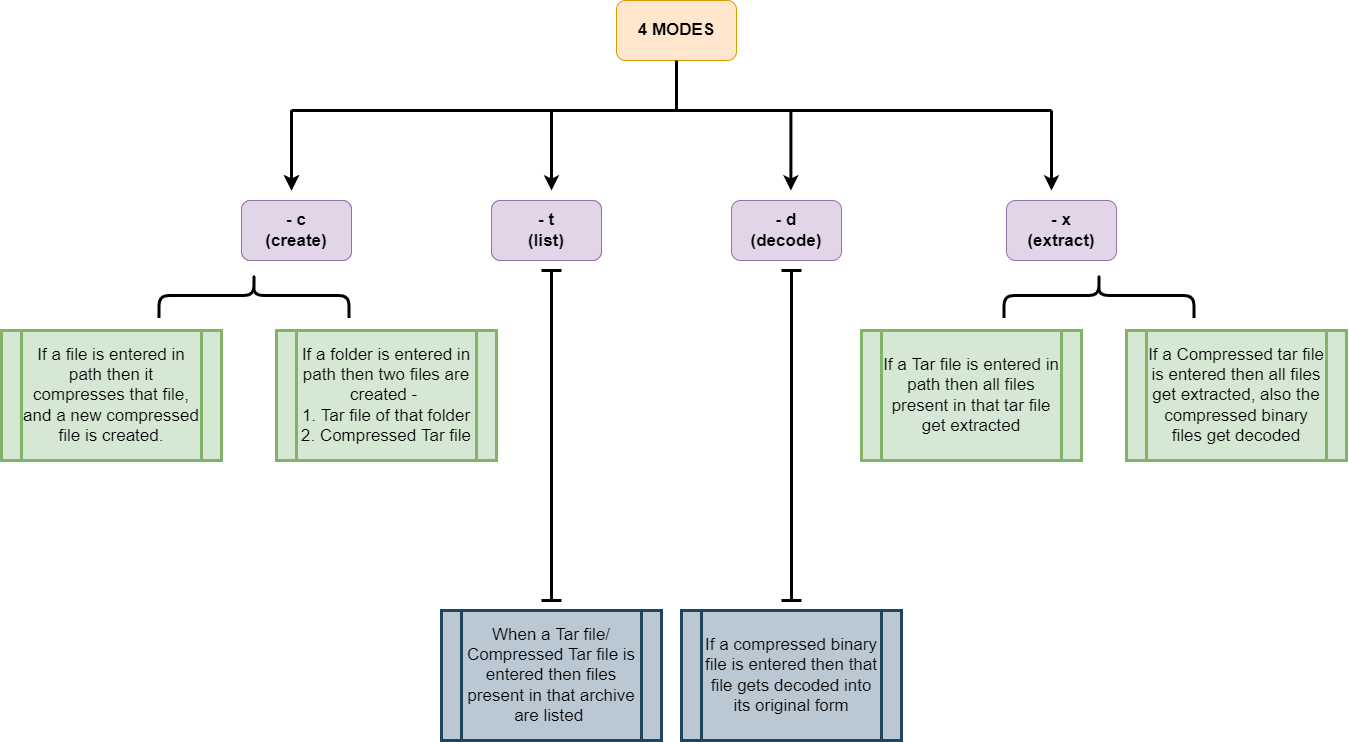
Above: Tar_command_flowchart.png in pt3002/TAR_command (draw.io), before the change. Source tidied: cells renumbered, new cells last; positions are measured from the earlier drawing's top-left corner, leaving out a move shared by most shapes.
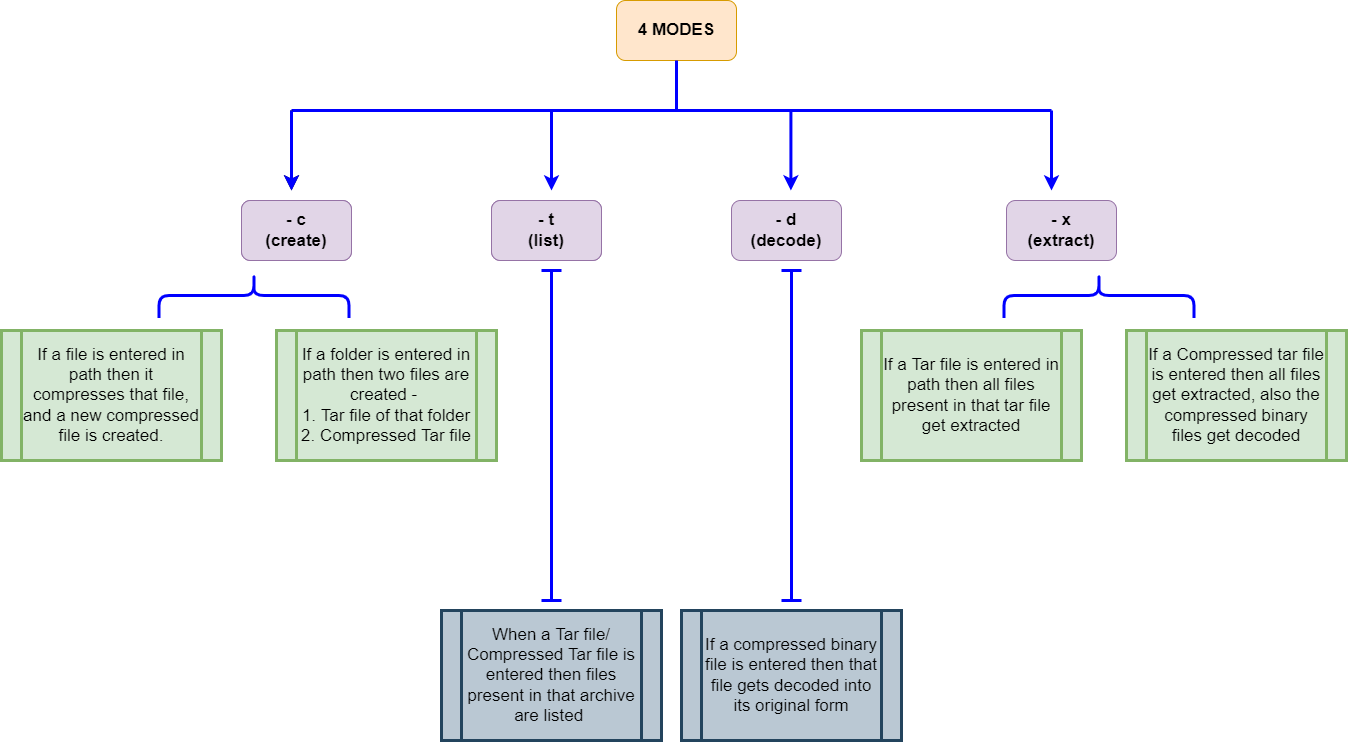
Later version of the same file.

The edit, as a diff of the source:
```diff
@@ -5,12 +5,12 @@
     <mxCell id="2" value="&lt;font style=&quot;font-size: 17px;&quot;&gt;&lt;b&gt;4 MODES&lt;/b&gt;&lt;/font&gt;" style="rounded=1;whiteSpace=wrap;html=1;fillColor=#ffe6cc;strokeColor=#d79b00;" parent="1" vertex="1">
       <mxGeometry x="615" width="120" height="60" as="geometry" />
     </mxCell>
-    <mxCell id="3" style="endArrow=none;html=1;rounded=0;fontSize=17;entryX=0.5;entryY=1;entryDx=0;entryDy=0;strokeWidth=3;" parent="1" edge="1" target="2">
+    <mxCell id="3" style="endArrow=none;html=1;rounded=0;fontSize=17;entryX=0.5;entryY=1;entryDx=0;entryDy=0;strokeWidth=3;strokeColor=#0000FF;" parent="1" edge="1" target="2">
       <mxGeometry relative="1" as="geometry">
         <mxPoint x="675" y="110" as="sourcePoint" />
       </mxGeometry>
     </mxCell>
-    <mxCell id="4" style="endArrow=none;html=1;rounded=0;fontSize=17;strokeWidth=3;" parent="1" edge="1">
+    <mxCell id="4" style="endArrow=none;html=1;rounded=0;fontSize=17;strokeWidth=3;strokeColor=#0000FF;" parent="1" edge="1">
       <mxGeometry relative="1" as="geometry">
         <mxPoint x="290" y="110" as="sourcePoint" />
         <mxPoint x="1050" y="110" as="targetPoint" />
@@ -22,25 +22,25 @@
         <mxPoint x="290" y="190" as="targetPoint" />
       </mxGeometry>
     </mxCell>
-    <mxCell id="6" style="endArrow=classic;html=1;rounded=0;fontSize=17;strokeWidth=3;" parent="1" edge="1">
+    <mxCell id="6" style="endArrow=classic;html=1;rounded=0;fontSize=17;strokeWidth=3;strokeColor=#0000FF;" parent="1" edge="1">
       <mxGeometry relative="1" as="geometry">
         <mxPoint x="290" y="110" as="sourcePoint" />
         <mxPoint x="290" y="190" as="targetPoint" />
       </mxGeometry>
     </mxCell>
-    <mxCell id="7" style="endArrow=classic;html=1;rounded=0;fontSize=17;strokeWidth=3;" parent="1" edge="1">
+    <mxCell id="7" style="endArrow=classic;html=1;rounded=0;fontSize=17;strokeWidth=3;strokeColor=#0000FF;" parent="1" edge="1">
       <mxGeometry relative="1" as="geometry">
         <mxPoint x="550" y="110" as="sourcePoint" />
         <mxPoint x="550" y="190" as="targetPoint" />
       </mxGeometry>
     </mxCell>
-    <mxCell id="8" style="endArrow=classic;html=1;rounded=0;fontSize=17;strokeWidth=3;" parent="1" edge="1">
+    <mxCell id="8" style="endArrow=classic;html=1;rounded=0;fontSize=17;strokeWidth=3;strokeColor=#0000FF;" parent="1" edge="1">
       <mxGeometry relative="1" as="geometry">
         <mxPoint x="789.4" y="110" as="sourcePoint" />
         <mxPoint x="789.4" y="190" as="targetPoint" />
       </mxGeometry>
     </mxCell>
-    <mxCell id="9" style="endArrow=classic;html=1;rounded=0;fontSize=17;strokeWidth=3;" parent="1" edge="1">
+    <mxCell id="9" style="endArrow=classic;html=1;rounded=0;fontSize=17;strokeWidth=3;strokeColor=#0000FF;" parent="1" edge="1">
       <mxGeometry relative="1" as="geometry">
         <mxPoint x="1050" y="110" as="sourcePoint" />
         <mxPoint x="1050" y="190" as="targetPoint" />
@@ -61,7 +61,7 @@
     <mxCell id="14" value="&lt;font style=&quot;font-size: 17px;&quot;&gt;&lt;b&gt;- x&lt;br&gt;(extract)&lt;br&gt;&lt;/b&gt;&lt;/font&gt;" style="rounded=1;whiteSpace=wrap;html=1;fontSize=17;fillColor=#e1d5e7;strokeColor=#9673a6;" parent="1" vertex="1">
       <mxGeometry x="1005" y="200" width="110" height="60" as="geometry" />
     </mxCell>
-    <mxCell id="15" style="shape=curlyBracket;whiteSpace=wrap;html=1;rounded=1;flipH=1;fontSize=17;strokeWidth=3;rotation=-90;" parent="1" vertex="1">
+    <mxCell id="15" style="shape=curlyBracket;whiteSpace=wrap;html=1;rounded=1;flipH=1;fontSize=17;strokeWidth=3;rotation=-90;strokeColor=#0000FF;" parent="1" vertex="1">
       <mxGeometry x="230" y="200" width="45" height="190" as="geometry" />
     </mxCell>
     <mxCell id="16" value="&lt;div style=&quot;&quot;&gt;&lt;span style=&quot;background-color: initial;&quot;&gt;If a file is entered in path then compresses that file, and a new compressed file is created.&lt;/span&gt;&lt;/div&gt;" style="shape=process;whiteSpace=wrap;html=1;backgroundOutline=1;fontSize=17;strokeWidth=3;align=center;size=0.09090909090909091;fillColor=#d5e8d4;strokeColor=#82b366;" parent="1" vertex="1">
@@ -73,13 +73,13 @@
     <mxCell id="18" value="&lt;div style=&quot;&quot;&gt;If a folder is entered in path then two files are created -&amp;nbsp;&lt;/div&gt;&lt;div style=&quot;&quot;&gt;1. Tar file of that folder&lt;/div&gt;&lt;div style=&quot;&quot;&gt;2. Compressed Tar file&lt;/div&gt;" style="shape=process;whiteSpace=wrap;html=1;backgroundOutline=1;fontSize=17;strokeWidth=3;align=center;size=0.09090909090909091;fillColor=#d5e8d4;strokeColor=#82b366;" parent="1" vertex="1">
       <mxGeometry x="275" y="330" width="220" height="130" as="geometry" />
     </mxCell>
-    <mxCell id="19" style="shape=crossbar;whiteSpace=wrap;html=1;rounded=1;direction=south;fontSize=17;strokeWidth=3;" parent="1" vertex="1">
+    <mxCell id="19" style="shape=crossbar;whiteSpace=wrap;html=1;rounded=1;direction=south;fontSize=17;strokeWidth=3;strokeColor=#0000FF;" parent="1" vertex="1">
       <mxGeometry x="540" y="270" width="20" height="330" as="geometry" />
     </mxCell>
     <mxCell id="20" value="&lt;div style=&quot;&quot;&gt;When a Tar file/ Compressed Tar file is entered then files present in that archive are listed&amp;nbsp;&lt;/div&gt;" style="shape=process;whiteSpace=wrap;html=1;backgroundOutline=1;fontSize=17;strokeWidth=3;align=center;size=0.09090909090909091;fillColor=#bac8d3;strokeColor=#23445d;" parent="1" vertex="1">
       <mxGeometry x="440" y="610" width="220" height="130" as="geometry" />
     </mxCell>
-    <mxCell id="21" style="shape=curlyBracket;whiteSpace=wrap;html=1;rounded=1;flipH=1;fontSize=17;strokeWidth=3;rotation=-90;" parent="1" vertex="1">
+    <mxCell id="21" style="shape=curlyBracket;whiteSpace=wrap;html=1;rounded=1;flipH=1;fontSize=17;strokeWidth=3;rotation=-90;strokeColor=#0000FF;" parent="1" vertex="1">
       <mxGeometry x="1075" y="200" width="45" height="190" as="geometry" />
     </mxCell>
     <mxCell id="22" value="&lt;div style=&quot;&quot;&gt;If a Tar file is entered in path then all files present in that tar file get extracted&lt;/div&gt;" style="shape=process;whiteSpace=wrap;html=1;backgroundOutline=1;fontSize=17;strokeWidth=3;align=center;size=0.09090909090909091;fillColor=#d5e8d4;strokeColor=#82b366;" parent="1" vertex="1">
@@ -91,7 +91,7 @@
     <mxCell id="24" value="&lt;font style=&quot;font-size: 17px;&quot;&gt;&lt;b&gt;- d&lt;br&gt;(decode)&lt;br&gt;&lt;/b&gt;&lt;/font&gt;" style="rounded=1;whiteSpace=wrap;html=1;fontSize=17;fillColor=#e1d5e7;strokeColor=#9673a6;" parent="1" vertex="1">
       <mxGeometry x="730" y="200" width="110" height="60" as="geometry" />
     </mxCell>
-    <mxCell id="25" style="shape=crossbar;whiteSpace=wrap;html=1;rounded=1;direction=south;fontSize=17;strokeWidth=3;" parent="1" vertex="1">
+    <mxCell id="25" style="shape=crossbar;whiteSpace=wrap;html=1;rounded=1;direction=south;fontSize=17;strokeWidth=3;strokeColor=#0000FF;" parent="1" vertex="1">
       <mxGeometry x="780" y="270" width="20" height="330" as="geometry" />
     </mxCell>
     <mxCell id="26" value="&lt;div style=&quot;&quot;&gt;If a compressed binary file is entered then that file gets decoded into its original form&lt;/div&gt;" style="shape=process;whiteSpace=wrap;html=1;backgroundOutline=1;fontSize=17;strokeWidth=3;align=center;size=0.09090909090909091;fillColor=#bac8d3;strokeColor=#23445d;" parent="1" vertex="1">
```
